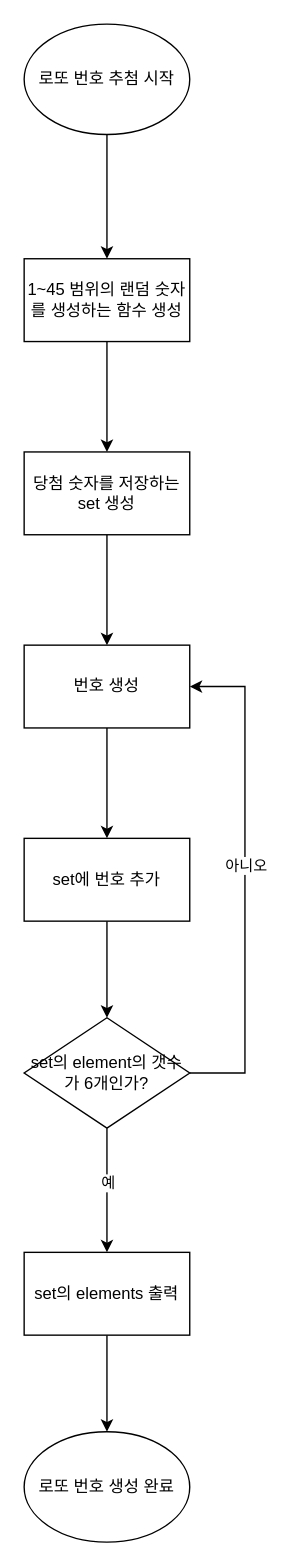
The draw.io diagram Lotto.drawio in ProjectInTheClass/swift-starter-Round2, before the edit. Source tidied: cells renumbered, new cells numbered last; positions are measured from the earlier drawing's top-left corner, leaving out a move shared by most shapes. Both pictures are drawn from the tidied source at 138%, with x=0, y=0 at pixel (23, 23).
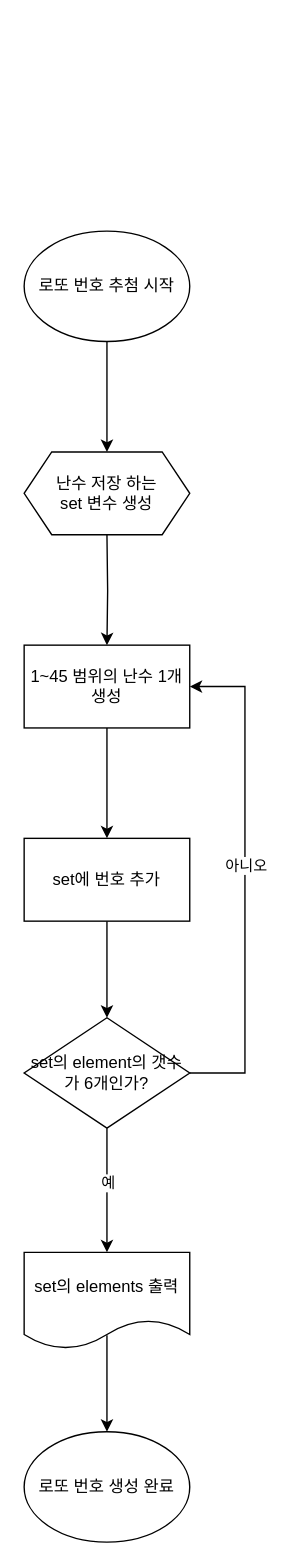
The same diagram, later.

Diff of the diagram source:
```diff
@@
-    <mxCell id="2" style="edgeStyle=orthogonalEdgeStyle;rounded=0;jettySize=auto;html=1;" parent="1" edge="1" source="3" target="5">
-      <mxGeometry relative="1" as="geometry" />
-    </mxCell>
+    <mxCell id="20" style="edgeStyle=orthogonalEdgeStyle;rounded=0;jettySize=auto;html=1;exitX=0.5;exitY=1;exitDx=0;exitDy=0;entryX=0.5;entryY=0;entryDx=0;entryDy=0;" parent="1" edge="1" source="3" target="21">
+      <mxGeometry relative="1" as="geometry" />
+    </mxCell>
     <mxCell id="3" value="로또 번호 추첨 시작" style="ellipse;whiteSpace=wrap;html=1;" parent="1" vertex="1">
-      <mxGeometry width="120" height="80" as="geometry" />
+      <mxGeometry y="150" width="120" height="80" as="geometry" />
     </mxCell>
-    <mxCell id="4" style="edgeStyle=orthogonalEdgeStyle;rounded=0;jettySize=auto;html=1;" parent="1" edge="1" source="5" target="7">
-      <mxGeometry relative="1" as="geometry" />
-    </mxCell>
-    <mxCell id="5" value="1~45 범위의 랜덤 숫자를 생성하는 함수 생성" style="whiteSpace=wrap;html=1;" parent="1" vertex="1">
-      <mxGeometry y="170" width="120" height="60" as="geometry" />
-    </mxCell>
-    <mxCell id="6" style="edgeStyle=orthogonalEdgeStyle;rounded=0;jettySize=auto;html=1;" parent="1" edge="1" source="7" target="9">
-      <mxGeometry relative="1" as="geometry" />
+    <mxCell id="6" style="edgeStyle=orthogonalEdgeStyle;rounded=0;jettySize=auto;html=1;" parent="1" edge="1" target="9">
+      <mxGeometry relative="1" as="geometry">
+        <mxPoint x="60" y="370" as="sourcePoint" />
+      </mxGeometry>
     </mxCell>
-    <mxCell id="7" value="당첨 숫자를 저장하는 set 생성" style="whiteSpace=wrap;html=1;" parent="1" vertex="1">
-      <mxGeometry y="310" width="120" height="60" as="geometry" />
-    </mxCell>
@@
-    <mxCell id="9" value="번호 생성" style="whiteSpace=wrap;html=1;" parent="1" vertex="1">
+    <mxCell id="9" value="1~45 범위의 난수 1개 생성" style="whiteSpace=wrap;html=1;" parent="1" vertex="1">
       <mxGeometry y="450" width="120" height="60" as="geometry" />
     </mxCell>
@@
-    <mxCell id="17" style="edgeStyle=orthogonalEdgeStyle;rounded=0;jettySize=auto;html=1;" parent="1" edge="1" source="18">
+    <mxCell id="17" style="edgeStyle=orthogonalEdgeStyle;rounded=0;orthogonalLoop=1;jettySize=auto;html=1;" parent="1" edge="1">
       <mxGeometry relative="1" as="geometry">
+        <mxPoint x="60" y="950" as="sourcePoint" />
         <mxPoint x="60" y="1020" as="targetPoint" />
       </mxGeometry>
     </mxCell>
+    <mxCell id="19" value="로또 번호 생성 완료" style="ellipse;whiteSpace=wrap;html=1;" parent="1" vertex="1">
+      <mxGeometry y="1020" width="120" height="80" as="geometry" />
+    </mxCell>
+    <mxCell id="21" value="난수 저장 하는&lt;div&gt;set 변수 생성&lt;/div&gt;" style="shape=hexagon;perimeter=hexagonPerimeter2;whiteSpace=wrap;html=1;fixedSize=1;" parent="1" vertex="1">
+      <mxGeometry y="310" width="120" height="60" as="geometry" />
+    </mxCell>
-    <mxCell id="18" value="set의 elements 출력" style="rounded=0;whiteSpace=wrap;html=1;" parent="1" vertex="1">
-      <mxGeometry y="890" width="120" height="60" as="geometry" />
+    <mxCell id="18" value="set의 elements 출력" style="shape=document;whiteSpace=wrap;html=1;boundedLbl=1;" parent="1" vertex="1">
+      <mxGeometry y="890" width="120" height="70" as="geometry" />
     </mxCell>
-    <mxCell id="19" value="로또 번호 생성 완료" style="ellipse;whiteSpace=wrap;html=1;" parent="1" vertex="1">
-      <mxGeometry y="1020" width="120" height="80" as="geometry" />
-    </mxCell>
```
